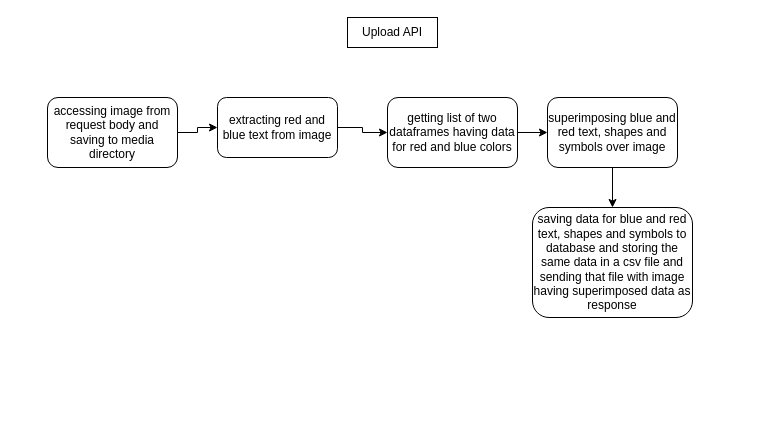
Above: upload_api.drawio in vikassnwl/api_doc (draw.io), before the change. Source tidied: cells renumbered, new cells numbered last; positions are measured from the earlier drawing's top-left corner, leaving out a move shared by most shapes. Both pictures are drawn from the tidied source at 100%, with x=0, y=0 at pixel (47, 17).
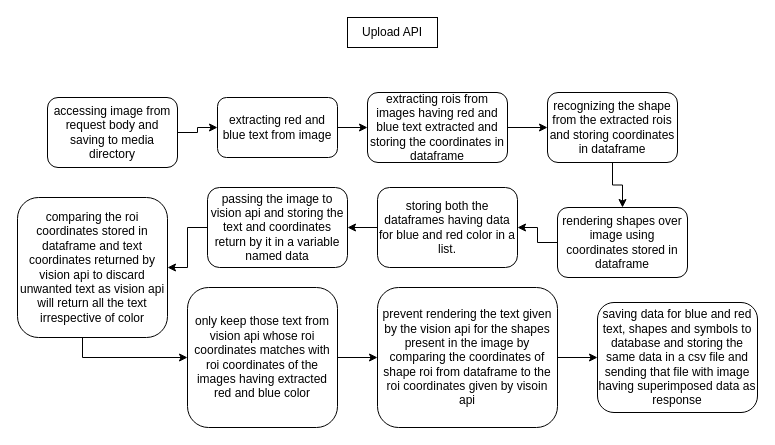
The same diagram, later.

Unchanged cells that the change refers to:
```xml
<mxCell id="6" value="extracting red and blue text from image" style="rounded=1;whiteSpace=wrap;html=1;strokeColor=default;" parent="1" vertex="1">
  <mxGeometry x="170" y="80" width="120" height="60" as="geometry" />
</mxCell>
```

The edit, as a diff of the source:
```diff
@@
-    <mxCell id="5" style="edgeStyle=orthogonalEdgeStyle;rounded=0;jettySize=auto;html=1;" parent="1" edge="1" source="6" target="8">
-      <mxGeometry relative="1" as="geometry" />
-    </mxCell>
+    <mxCell id="12" style="edgeStyle=orthogonalEdgeStyle;rounded=0;jettySize=auto;html=1;" parent="1" edge="1" source="6" target="16">
+      <mxGeometry relative="1" as="geometry" />
+    </mxCell>
@@
-    <mxCell id="7" style="edgeStyle=orthogonalEdgeStyle;rounded=0;jettySize=auto;html=1;" parent="1" edge="1" source="8" target="10">
-      <mxGeometry relative="1" as="geometry" />
-    </mxCell>
+    <mxCell id="13" style="edgeStyle=orthogonalEdgeStyle;rounded=0;jettySize=auto;html=1;" parent="1" edge="1" source="8" target="20">
+      <mxGeometry relative="1" as="geometry" />
+    </mxCell>
-    <mxCell id="8" value="&lt;div&gt;getting list of two dataframes having data for red and blue colors&lt;/div&gt;" style="rounded=1;whiteSpace=wrap;html=1;strokeColor=default;" parent="1" vertex="1">
-      <mxGeometry x="340" y="80" width="130" height="70" as="geometry" />
+    <mxCell id="8" value="&lt;div&gt;storing both the dataframes having data for blue and red color in a list.&lt;/div&gt;" style="rounded=1;whiteSpace=wrap;html=1;strokeColor=default;" parent="1" vertex="1">
+      <mxGeometry x="330" y="170" width="140" height="80" as="geometry" />
     </mxCell>
-    <mxCell id="9" style="edgeStyle=orthogonalEdgeStyle;rounded=0;jettySize=auto;html=1;" parent="1" edge="1" source="10" target="11">
-      <mxGeometry relative="1" as="geometry" />
-    </mxCell>
+    <mxCell id="14" style="edgeStyle=orthogonalEdgeStyle;rounded=0;jettySize=auto;html=1;" parent="1" edge="1" source="10" target="18">
+      <mxGeometry relative="1" as="geometry" />
+    </mxCell>
-    <mxCell id="10" value="&lt;div&gt;superimposing blue and red text, shapes and symbols over image&lt;/div&gt;" style="rounded=1;whiteSpace=wrap;html=1;strokeColor=default;" parent="1" vertex="1">
-      <mxGeometry x="500" y="80" width="130" height="70" as="geometry" />
+    <mxCell id="10" value="recognizing the shape from the extracted rois and storing coordinates in dataframe" style="rounded=1;whiteSpace=wrap;html=1;strokeColor=default;" parent="1" vertex="1">
+      <mxGeometry x="500" y="75" width="130" height="70" as="geometry" />
     </mxCell>
     <mxCell id="11" value="&lt;div&gt;saving data for blue and red text, shapes and symbols to database and storing the same data in a csv file and sending that file with image having superimposed data as response&lt;/div&gt;" style="rounded=1;whiteSpace=wrap;html=1;strokeColor=default;" parent="1" vertex="1">
-      <mxGeometry x="485" y="190" width="160" height="110" as="geometry" />
+      <mxGeometry x="550" y="285" width="160" height="110" as="geometry" />
     </mxCell>
+    <mxCell id="15" style="edgeStyle=orthogonalEdgeStyle;rounded=0;jettySize=auto;html=1;" parent="1" edge="1" source="16" target="10">
+      <mxGeometry relative="1" as="geometry" />
+    </mxCell>
+    <mxCell id="16" value="extracting rois from images having red and blue text extracted and storing the coordinates in dataframe" style="rounded=1;whiteSpace=wrap;html=1;strokeColor=default;" parent="1" vertex="1">
+      <mxGeometry x="320" y="75" width="140" height="70" as="geometry" />
+    </mxCell>
+    <mxCell id="17" style="edgeStyle=orthogonalEdgeStyle;rounded=0;jettySize=auto;html=1;" parent="1" edge="1" source="18" target="8">
+      <mxGeometry relative="1" as="geometry" />
+    </mxCell>
+    <mxCell id="18" value="rendering shapes over image using coordinates stored in dataframe" style="rounded=1;whiteSpace=wrap;html=1;strokeColor=default;" parent="1" vertex="1">
+      <mxGeometry x="510" y="190" width="130" height="70" as="geometry" />
+    </mxCell>
+    <mxCell id="19" style="edgeStyle=orthogonalEdgeStyle;rounded=0;jettySize=auto;html=1;" parent="1" edge="1" source="20" target="22">
+      <mxGeometry relative="1" as="geometry" />
+    </mxCell>
+    <mxCell id="20" value="passing the image to vision api and storing the text and coordinates return by it in a variable named data" style="rounded=1;whiteSpace=wrap;html=1;strokeColor=default;" parent="1" vertex="1">
+      <mxGeometry x="160" y="170" width="140" height="80" as="geometry" />
+    </mxCell>
+    <mxCell id="21" style="edgeStyle=orthogonalEdgeStyle;rounded=0;jettySize=auto;html=1;" parent="1" edge="1" source="22" target="24">
+      <mxGeometry relative="1" as="geometry">
+        <Array as="points">
+          <mxPoint x="35" y="340" />
+        </Array>
+      </mxGeometry>
+    </mxCell>
+    <mxCell id="22" value="comparing the roi coordinates stored in dataframe and text coordinates returned by vision api to discard unwanted text as vision api will return all the text irrespective of color" style="rounded=1;whiteSpace=wrap;html=1;strokeColor=default;" parent="1" vertex="1">
+      <mxGeometry x="-30" y="180" width="150" height="140" as="geometry" />
+    </mxCell>
+    <mxCell id="23" style="edgeStyle=orthogonalEdgeStyle;rounded=0;jettySize=auto;html=1;" parent="1" edge="1" source="24" target="26">
+      <mxGeometry relative="1" as="geometry" />
+    </mxCell>
+    <mxCell id="24" value="only keep those text from vision api whose roi coordinates matches with roi coordinates of the images having extracted red and blue color" style="rounded=1;whiteSpace=wrap;html=1;strokeColor=default;" parent="1" vertex="1">
+      <mxGeometry x="140" y="270" width="150" height="140" as="geometry" />
+    </mxCell>
+    <mxCell id="25" style="edgeStyle=orthogonalEdgeStyle;rounded=0;jettySize=auto;html=1;" parent="1" edge="1" source="26" target="11">
+      <mxGeometry relative="1" as="geometry" />
+    </mxCell>
+    <mxCell id="26" value="prevent rendering the text given by the vision api for the shapes present in the image by comparing the coordinates of shape roi from dataframe to the roi coordinates given by visoin api" style="rounded=1;whiteSpace=wrap;html=1;strokeColor=default;" parent="1" vertex="1">
+      <mxGeometry x="330" y="270" width="180" height="140" as="geometry" />
+    </mxCell>
```
